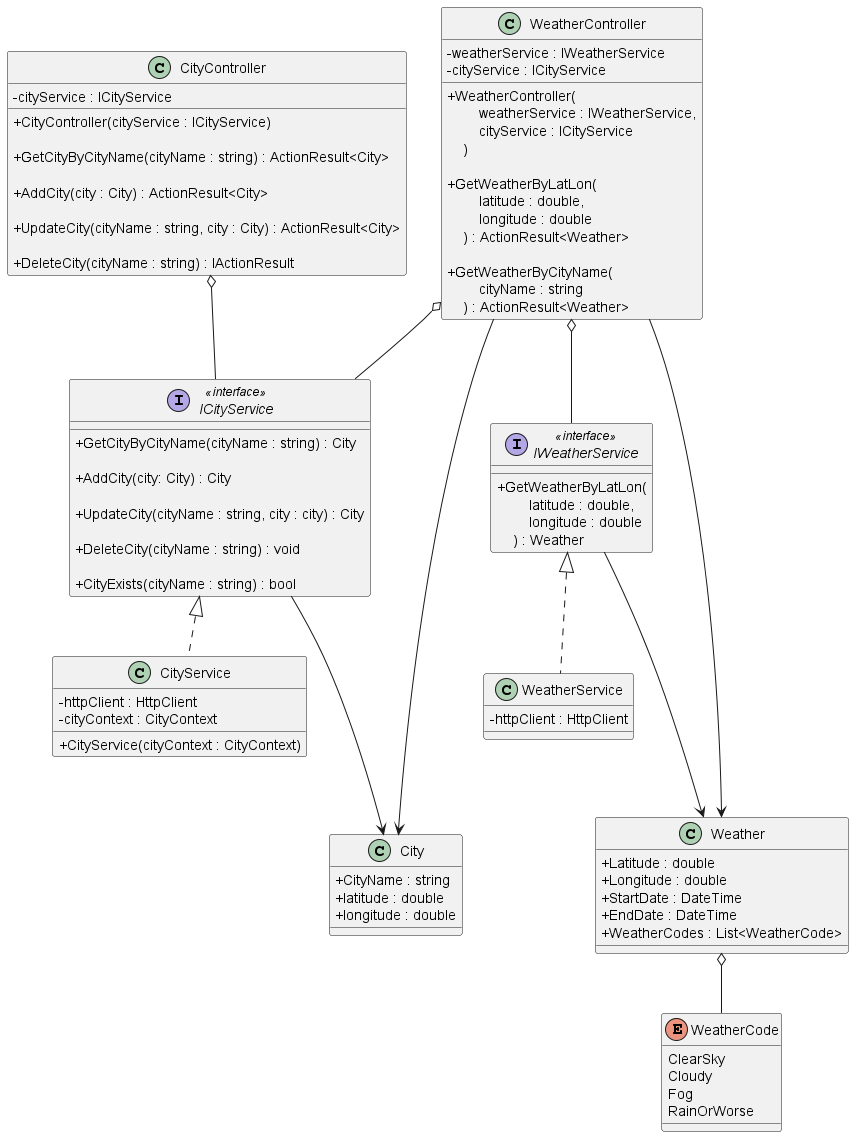
Before: diagrams/UML/WeatherAPI.png, a diagram exported from PlantUML (vkammili5/weather-api).
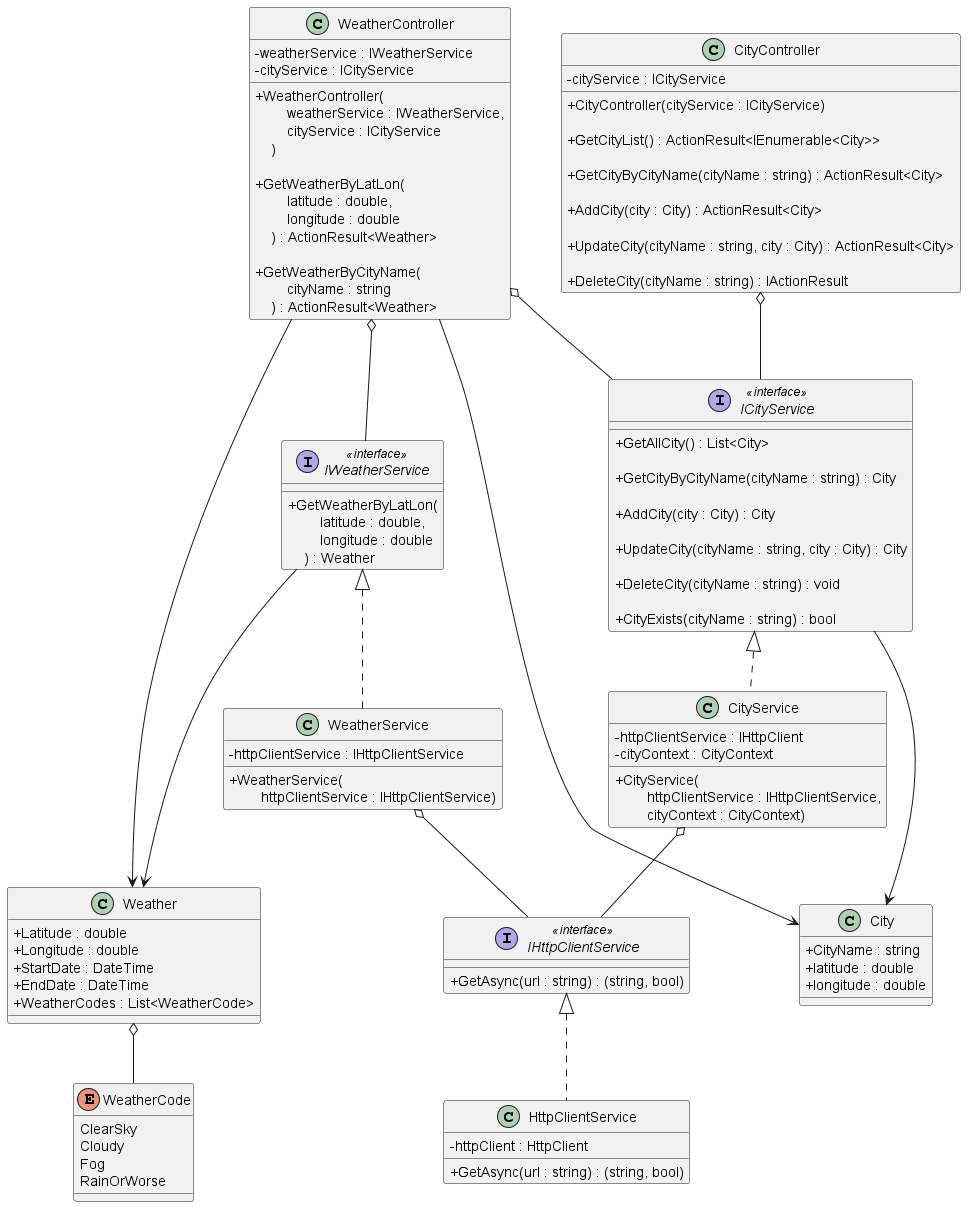
After the commit.

Commit message:
UML: add IHttpClientService to wrap httpClient, for unit test later

The edit, as a diff of the source:
```diff
@@ -5,6 +5,8 @@
     - cityService : ICityService
 
     + CityController(cityService : ICityService)
+
+    + GetCityList() : ActionResult<IEnumerable<City>>
 
     + GetCityByCityName(cityName : string) : ActionResult<City>
 
@@ -16,11 +18,13 @@
 }
 
 interface ICityService <<interface>> {
+    + GetAllCity() : List<City>
+
     + GetCityByCityName(cityName : string) : City
 
-    + AddCity(city: City) : City
+    + AddCity(city : City) : City
 
-    + UpdateCity(cityName : string, city : city) : City
+    + UpdateCity(cityName : string, city : City) : City
 
     + DeleteCity(cityName : string) : void
 
@@ -28,10 +32,10 @@
 }
 
 class CityService {
-    - httpClient : HttpClient
+    - httpClientService : IHttpClient
     - cityContext : CityContext
 
-    + CityService(cityContext : CityContext)
+    + CityService(\n        httpClientService : IHttpClientService,\n        cityContext : CityContext)
 }
 
 class City {
@@ -56,7 +60,9 @@
 }
 
 class WeatherService {
-    - httpClient : HttpClient
+    - httpClientService : IHttpClientService
+
+    + WeatherService(\n        httpClientService : IHttpClientService)
 }
 
 class Weather {
@@ -72,6 +78,16 @@
     Cloudy
     Fog
     RainOrWorse
+}
+
+interface IHttpClientService <<interface>> {
+    + GetAsync(url : string) : (string, bool)
+}
+
+class HttpClientService {
+    - httpClient : HttpClient
+
+	+ GetAsync(url : string) : (string, bool)
 }
 
 CityController o-- ICityService
@@ -90,4 +106,9 @@
 
 Weather o-- WeatherCode
 
+CityService o-- IHttpClientService
+WeatherService o-- IHttpClientService
+
+IHttpClientService <|.. HttpClientService
+
 @enduml
```
